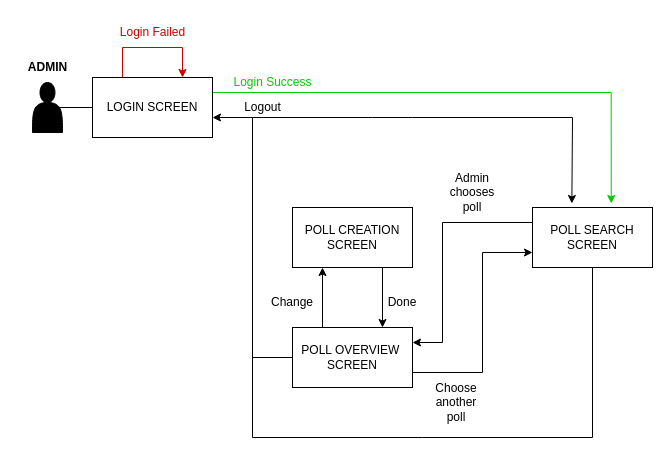
Above: Assignments/AssignmentA/ApplicationFlowDiagrams/Application_Flow_Diagram_Admin.drawio in LisaEliassen/DAT250_Project (draw.io), before the change. Source tidied: cells renumbered, new cells numbered last; positions are measured from the earlier drawing's top-left corner, leaving out a move shared by most shapes. Both pictures are drawn from the tidied source at 100%, with x=0, y=0 at pixel (17, 17).
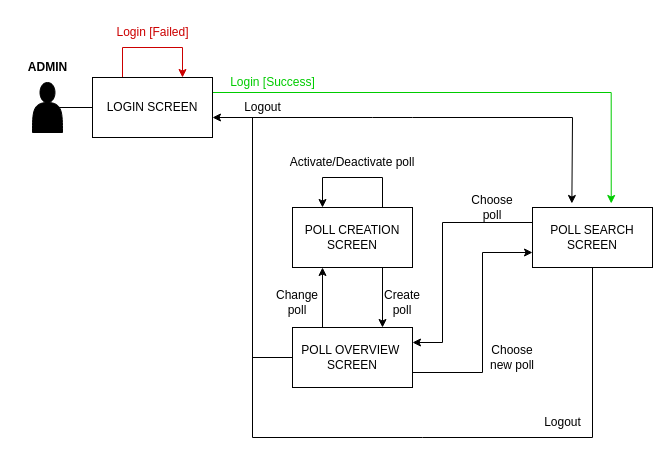
Above is the later version.

Commit message (it also covers changes not shown here):
Updated application flow diagrams.

Unchanged cells that the change refers to:
```xml
<mxCell id="21" value="POLL CREATION&lt;br&gt;SCREEN" style="rounded=0;whiteSpace=wrap;html=1;" parent="1" vertex="1">
  <mxGeometry x="275" y="190" width="120" height="60" as="geometry" />
</mxCell>
```

Change to the diagram source:
```diff
@@
-    <mxCell id="6" value="&lt;font color=&quot;#cc0000&quot;&gt;Login Failed&lt;/font&gt;" style="text;html=1;align=center;verticalAlign=middle;strokeColor=none;fillColor=none;" parent="1" vertex="1">
-      <mxGeometry x="90" width="90" height="30" as="geometry" />
+    <mxCell id="6" value="&lt;font color=&quot;#cc0000&quot;&gt;Login [Failed]&lt;/font&gt;" style="text;html=1;align=center;verticalAlign=middle;strokeColor=none;fillColor=none;" parent="1" vertex="1">
+      <mxGeometry x="85" width="100" height="30" as="geometry" />
     </mxCell>
@@
-    <mxCell id="9" value="&lt;font color=&quot;#00cc00&quot;&gt;Login Success&lt;/font&gt;" style="text;html=1;align=center;verticalAlign=middle;strokeColor=none;fillColor=none;fontColor=#CC0000;" parent="1" vertex="1">
-      <mxGeometry x="205" y="50" width="100" height="30" as="geometry" />
+    <mxCell id="9" value="&lt;font color=&quot;#00cc00&quot;&gt;Login [Success]&lt;/font&gt;" style="text;html=1;align=center;verticalAlign=middle;strokeColor=none;fillColor=none;fontColor=#CC0000;" parent="1" vertex="1">
+      <mxGeometry x="200" y="50" width="110" height="30" as="geometry" />
     </mxCell>
@@
-    <mxCell id="17" value="Admin chooses poll" style="text;html=1;strokeColor=none;fillColor=none;align=center;verticalAlign=middle;whiteSpace=wrap;rounded=0;" parent="1" vertex="1">
-      <mxGeometry x="425" y="160" width="60" height="30" as="geometry" />
+    <mxCell id="17" value="Choose poll" style="text;html=1;strokeColor=none;fillColor=none;align=center;verticalAlign=middle;whiteSpace=wrap;rounded=0;" parent="1" vertex="1">
+      <mxGeometry x="445" y="180" width="60" height="20" as="geometry" />
     </mxCell>
-    <mxCell id="18" value="Choose another poll" style="text;html=1;strokeColor=none;fillColor=none;align=center;verticalAlign=middle;whiteSpace=wrap;rounded=0;" parent="1" vertex="1">
-      <mxGeometry x="409" y="370" width="60" height="30" as="geometry" />
+    <mxCell id="18" value="Choose new poll" style="text;html=1;strokeColor=none;fillColor=none;align=center;verticalAlign=middle;whiteSpace=wrap;rounded=0;" parent="1" vertex="1">
+      <mxGeometry x="465" y="325" width="60" height="30" as="geometry" />
     </mxCell>
@@
-    <mxCell id="24" value="Done" style="text;html=1;strokeColor=none;fillColor=none;align=center;verticalAlign=middle;whiteSpace=wrap;rounded=0;" parent="1" vertex="1">
+    <mxCell id="24" value="Create poll" style="text;html=1;strokeColor=none;fillColor=none;align=center;verticalAlign=middle;whiteSpace=wrap;rounded=0;" parent="1" vertex="1">
       <mxGeometry x="355" y="270" width="60" height="30" as="geometry" />
     </mxCell>
-    <mxCell id="25" value="Change" style="text;html=1;strokeColor=none;fillColor=none;align=center;verticalAlign=middle;whiteSpace=wrap;rounded=0;" parent="1" vertex="1">
-      <mxGeometry x="245" y="270" width="60" height="30" as="geometry" />
+    <mxCell id="25" value="Change poll" style="text;html=1;strokeColor=none;fillColor=none;align=center;verticalAlign=middle;whiteSpace=wrap;rounded=0;" parent="1" vertex="1">
+      <mxGeometry x="250" y="270" width="60" height="30" as="geometry" />
     </mxCell>
+    <mxCell id="26" value="Activate/Deactivate poll" style="text;html=1;strokeColor=none;fillColor=none;align=center;verticalAlign=middle;whiteSpace=wrap;rounded=0;" parent="1" vertex="1">
+      <mxGeometry x="260" y="130" width="150" height="30" as="geometry" />
+    </mxCell>
+    <mxCell id="27" style="endArrow=classic;html=1;rounded=0;exitX=0.75;exitY=0;exitDx=0;exitDy=0;entryX=0.25;entryY=0;entryDx=0;entryDy=0;" parent="1" edge="1" source="21" target="21">
+      <mxGeometry relative="1" as="geometry">
+        <Array as="points">
+          <mxPoint x="365" y="160" />
+          <mxPoint x="305" y="160" />
+        </Array>
+      </mxGeometry>
+    </mxCell>
+    <mxCell id="28" value="&lt;font color=&quot;#000000&quot;&gt;Logout&lt;/font&gt;" style="text;html=1;align=center;verticalAlign=middle;strokeColor=none;fillColor=none;fontColor=#00CC00;" parent="1" vertex="1">
+      <mxGeometry x="515" y="390" width="60" height="30" as="geometry" />
+    </mxCell>
```
